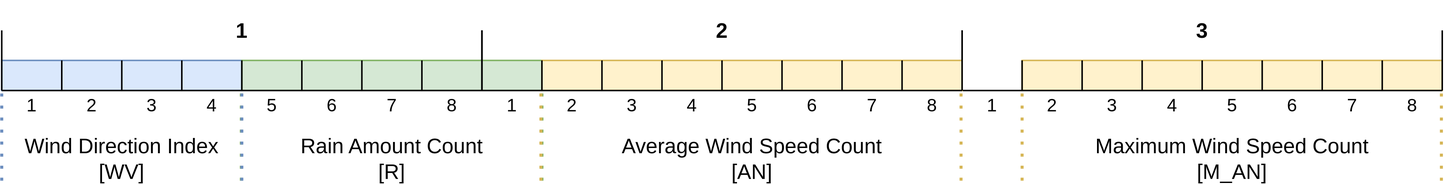
This is docs/img/Record_Byte_Representation.drawio.svg from HTWDD-RN/LoRaWAN-Wetterstation-SEN-15901, a draw.io export, as it was before one commit. Source tidied: cells renumbered, new cells last; positions are measured from the earlier drawing's top-left corner, leaving out a move shared by most shapes.
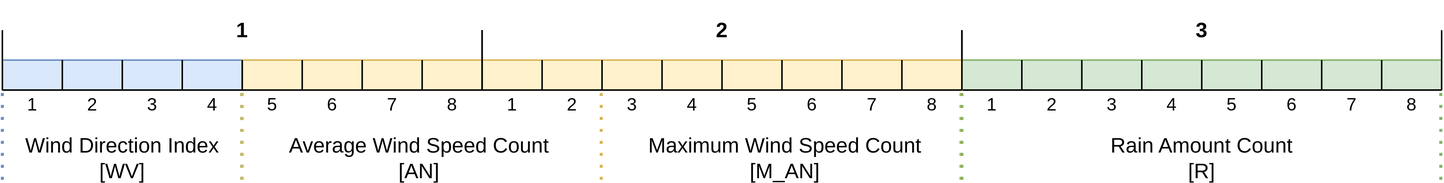
Later version of the same file.

Change to the diagram source:
```diff
@@ -6,11 +6,11 @@
       <mxGeometry y="40" width="160" height="20" as="geometry" />
     </mxCell>
     <mxCell id="3" style="group;" parent="1" vertex="1">
-      <mxGeometry y="20" width="360" height="40" as="geometry" />
+      <mxGeometry y="20" width="440" height="40" as="geometry" />
     </mxCell>
-    <mxCell id="4" style="rounded=0;whiteSpace=wrap;html=1;fontSize=14;fillColor=#d5e8d4;strokeColor=#82b366;" parent="3" vertex="1">
-      <mxGeometry x="160" y="20" width="200" height="20" as="geometry" />
-    </mxCell>
+    <mxCell id="29" style="rounded=0;whiteSpace=wrap;html=1;fontSize=14;fillColor=#fff2cc;strokeColor=#d6b656;" parent="3" vertex="1">
+      <mxGeometry x="160" y="20" width="240" height="20" as="geometry" />
+    </mxCell>
     <mxCell id="5" style="endArrow=none;html=1;" parent="3" edge="1">
       <mxGeometry relative="1" as="geometry">
         <mxPoint y="40" as="sourcePoint" />
@@ -77,9 +77,9 @@
     <mxCell id="16" style="group;" parent="1" vertex="1">
       <mxGeometry x="640" y="20" width="320" height="40" as="geometry" />
     </mxCell>
-    <mxCell id="17" style="rounded=0;whiteSpace=wrap;html=1;fontSize=14;fillColor=#fff2cc;strokeColor=#d6b656;" parent="16" vertex="1">
-      <mxGeometry x="40" y="20" width="280" height="20" as="geometry" />
-    </mxCell>
+    <mxCell id="4" style="rounded=0;whiteSpace=wrap;html=1;fontSize=14;fillColor=#d5e8d4;strokeColor=#82b366;" parent="16" vertex="1">
+      <mxGeometry y="20" width="320" height="20" as="geometry" />
+    </mxCell>
     <mxCell id="18" style="endArrow=none;html=1;" parent="16" edge="1">
       <mxGeometry relative="1" as="geometry">
         <mxPoint y="40" as="sourcePoint" />
@@ -143,9 +143,9 @@
     <mxCell id="28" style="group;" parent="1" vertex="1">
       <mxGeometry x="320" y="20" width="320" height="40" as="geometry" />
     </mxCell>
-    <mxCell id="29" style="rounded=0;whiteSpace=wrap;html=1;fontSize=14;fillColor=#fff2cc;strokeColor=#d6b656;" parent="28" vertex="1">
-      <mxGeometry x="40" y="20" width="280" height="20" as="geometry" />
-    </mxCell>
+    <mxCell id="81" style="rounded=0;whiteSpace=wrap;html=1;fontSize=14;fillColor=#fff2cc;strokeColor=#d6b656;" parent="28" vertex="1">
+      <mxGeometry x="80" y="20" width="240" height="20" as="geometry" />
+    </mxCell>
     <mxCell id="30" style="endArrow=none;html=1;" parent="28" edge="1">
       <mxGeometry relative="1" as="geometry">
         <mxPoint y="40" as="sourcePoint" />
@@ -210,7 +210,7 @@
       <mxGeometry y="-20" width="320" height="40" as="geometry" />
     </mxCell>
     <mxCell id="41" style="group;" parent="1" vertex="1">
-      <mxGeometry y="50" width="320" height="40" as="geometry" />
+      <mxGeometry y="50" width="440" height="40" as="geometry" />
     </mxCell>
     <mxCell id="42" value="1" style="text;html=1;strokeColor=none;fillColor=none;align=center;verticalAlign=middle;whiteSpace=wrap;rounded=0;" parent="41" vertex="1">
       <mxGeometry width="40" height="40" as="geometry" />
@@ -227,9 +227,6 @@
     <mxCell id="46" value="5" style="text;html=1;strokeColor=none;fillColor=none;align=center;verticalAlign=middle;whiteSpace=wrap;rounded=0;" parent="41" vertex="1">
       <mxGeometry x="160" width="40" height="40" as="geometry" />
     </mxCell>
-    <mxCell id="47" value="6" style="text;html=1;strokeColor=none;fillColor=none;align=center;verticalAlign=middle;whiteSpace=wrap;rounded=0;" parent="41" vertex="1">
-      <mxGeometry x="200" width="40" height="40" as="geometry" />
-    </mxCell>
     <mxCell id="48" value="7" style="text;html=1;strokeColor=none;fillColor=none;align=center;verticalAlign=middle;whiteSpace=wrap;rounded=0;" parent="41" vertex="1">
       <mxGeometry x="240" width="40" height="40" as="geometry" />
     </mxCell>
@@ -242,6 +239,9 @@
         <mxPoint x="159.7" y="10" as="targetPoint" />
       </mxGeometry>
     </mxCell>
+    <mxCell id="47" value="6" style="text;html=1;strokeColor=none;fillColor=none;align=center;verticalAlign=middle;whiteSpace=wrap;rounded=0;" parent="41" vertex="1">
+      <mxGeometry x="200" width="40" height="40" as="geometry" />
+    </mxCell>
     <mxCell id="51" style="group;" parent="1" vertex="1">
       <mxGeometry x="320" y="50" width="320" height="40" as="geometry" />
     </mxCell>
@@ -269,12 +269,6 @@
     <mxCell id="59" value="8" style="text;html=1;strokeColor=none;fillColor=none;align=center;verticalAlign=middle;whiteSpace=wrap;rounded=0;" parent="51" vertex="1">
       <mxGeometry x="280" width="40" height="40" as="geometry" />
     </mxCell>
-    <mxCell id="60" style="endArrow=none;dashed=1;html=1;dashPattern=1 3;strokeWidth=2;fontSize=14;entryX=0;entryY=0.25;entryDx=0;entryDy=0;exitX=1;exitY=1;exitDx=0;exitDy=0;fillColor=#d5e8d4;strokeColor=#82b366;" parent="51" edge="1">
-      <mxGeometry relative="1" as="geometry">
-        <mxPoint x="40" y="70" as="sourcePoint" />
-        <mxPoint x="40" y="10" as="targetPoint" />
-      </mxGeometry>
-    </mxCell>
     <mxCell id="61" style="group;" parent="1" vertex="1">
       <mxGeometry x="640" y="50" width="320" height="40" as="geometry" />
     </mxCell>
@@ -311,41 +305,41 @@
     <mxCell id="72" style="endArrow=none;dashed=1;html=1;dashPattern=1 3;strokeWidth=2;fontSize=14;entryX=0;entryY=0.25;entryDx=0;entryDy=0;exitX=0;exitY=1;exitDx=0;exitDy=0;fillColor=#dae8fc;strokeColor=#6c8ebf;" parent="1" edge="1" source="71" target="42">
       <mxGeometry relative="1" as="geometry" />
     </mxCell>
-    <mxCell id="73" style="endArrow=none;dashed=1;html=1;dashPattern=1 3;strokeWidth=2;fontSize=14;entryX=0;entryY=0.25;entryDx=0;entryDy=0;exitX=1;exitY=1;exitDx=0;exitDy=0;fillColor=#dae8fc;strokeColor=#6c8ebf;" parent="1" edge="1" source="71" target="46">
+    <mxCell id="73" style="endArrow=none;dashed=1;html=1;dashPattern=1 3;strokeWidth=2;fontSize=14;entryX=0;entryY=0.25;entryDx=0;entryDy=0;exitX=1;exitY=1;exitDx=0;exitDy=0;fillColor=#fff2cc;strokeColor=#d6b656;" parent="1" edge="1" source="71" target="46">
       <mxGeometry relative="1" as="geometry" />
     </mxCell>
     <mxCell id="74" value="Rain Amount Count&lt;br&gt;[R]" style="text;html=1;strokeColor=none;fillColor=none;align=center;verticalAlign=middle;whiteSpace=wrap;rounded=0;fontSize=14;" parent="1" vertex="1">
-      <mxGeometry x="160" y="90" width="200" height="30" as="geometry" />
+      <mxGeometry x="640" y="90" width="320" height="30" as="geometry" />
     </mxCell>
     <mxCell id="75" value="Average Wind Speed Count&lt;br&gt;[AN]" style="text;html=1;strokeColor=none;fillColor=none;align=center;verticalAlign=middle;whiteSpace=wrap;rounded=0;fontSize=14;" parent="1" vertex="1">
-      <mxGeometry x="360" y="90" width="280" height="30" as="geometry" />
+      <mxGeometry x="160" y="90" width="236" height="30" as="geometry" />
     </mxCell>
-    <mxCell id="76" style="endArrow=none;dashed=1;html=1;dashPattern=1 3;strokeWidth=2;fontSize=14;entryX=0;entryY=0.25;entryDx=0;entryDy=0;exitX=1;exitY=1;exitDx=0;exitDy=0;fillColor=#fff2cc;strokeColor=#d6b656;" parent="1" edge="1">
-      <mxGeometry relative="1" as="geometry">
-        <mxPoint x="359.3" y="120" as="sourcePoint" />
-        <mxPoint x="359.3" y="60" as="targetPoint" />
-      </mxGeometry>
-    </mxCell>
     <mxCell id="77" style="endArrow=none;dashed=1;html=1;dashPattern=1 3;strokeWidth=2;fontSize=14;entryX=0;entryY=0.25;entryDx=0;entryDy=0;exitX=1;exitY=1;exitDx=0;exitDy=0;fillColor=#fff2cc;strokeColor=#d6b656;" parent="1" edge="1">
       <mxGeometry relative="1" as="geometry">
         <mxPoint x="639.3" y="120" as="sourcePoint" />
         <mxPoint x="639.3" y="60" as="targetPoint" />
       </mxGeometry>
     </mxCell>
-    <mxCell id="78" style="endArrow=none;dashed=1;html=1;dashPattern=1 3;strokeWidth=2;fontSize=14;entryX=0;entryY=0.25;entryDx=0;entryDy=0;exitX=1;exitY=1;exitDx=0;exitDy=0;fillColor=#fff2cc;strokeColor=#d6b656;" parent="1" edge="1">
+    <mxCell id="78" style="endArrow=none;dashed=1;html=1;dashPattern=1 3;strokeWidth=2;fontSize=14;entryX=0;entryY=0.25;entryDx=0;entryDy=0;exitX=1;exitY=1;exitDx=0;exitDy=0;fillColor=#d5e8d4;strokeColor=#82b366;" parent="1" edge="1">
       <mxGeometry relative="1" as="geometry">
-        <mxPoint x="680" y="120" as="sourcePoint" />
-        <mxPoint x="680" y="60" as="targetPoint" />
+        <mxPoint x="640" y="120" as="sourcePoint" />
+        <mxPoint x="640" y="60" as="targetPoint" />
       </mxGeometry>
     </mxCell>
-    <mxCell id="79" style="endArrow=none;dashed=1;html=1;dashPattern=1 3;strokeWidth=2;fontSize=14;entryX=0;entryY=0.25;entryDx=0;entryDy=0;exitX=1;exitY=1;exitDx=0;exitDy=0;fillColor=#fff2cc;strokeColor=#d6b656;" parent="1" edge="1">
+    <mxCell id="79" style="endArrow=none;dashed=1;html=1;dashPattern=1 3;strokeWidth=2;fontSize=14;entryX=0;entryY=0.25;entryDx=0;entryDy=0;exitX=1;exitY=1;exitDx=0;exitDy=0;fillColor=#d5e8d4;strokeColor=#82b366;" parent="1" edge="1">
       <mxGeometry relative="1" as="geometry">
         <mxPoint x="959.4" y="120" as="sourcePoint" />
         <mxPoint x="959.4" y="60" as="targetPoint" />
       </mxGeometry>
     </mxCell>
     <mxCell id="80" value="Maximum Wind Speed Count&lt;br&gt;[M_AN]" style="text;html=1;strokeColor=none;fillColor=none;align=center;verticalAlign=middle;whiteSpace=wrap;rounded=0;fontSize=14;" parent="1" vertex="1">
-      <mxGeometry x="680" y="90" width="280" height="30" as="geometry" />
+      <mxGeometry x="404" y="90" width="236" height="30" as="geometry" />
     </mxCell>
+    <mxCell id="76" style="endArrow=none;dashed=1;html=1;dashPattern=1 3;strokeWidth=2;fontSize=14;entryX=0;entryY=0.25;entryDx=0;entryDy=0;exitX=1;exitY=1;exitDx=0;exitDy=0;fillColor=#fff2cc;strokeColor=#d6b656;" parent="1" edge="1">
+      <mxGeometry relative="1" as="geometry">
+        <mxPoint x="399.4" y="120" as="sourcePoint" />
+        <mxPoint x="399.4" y="60" as="targetPoint" />
+      </mxGeometry>
+    </mxCell>
   </root>
 </mxGraphModel>
```
